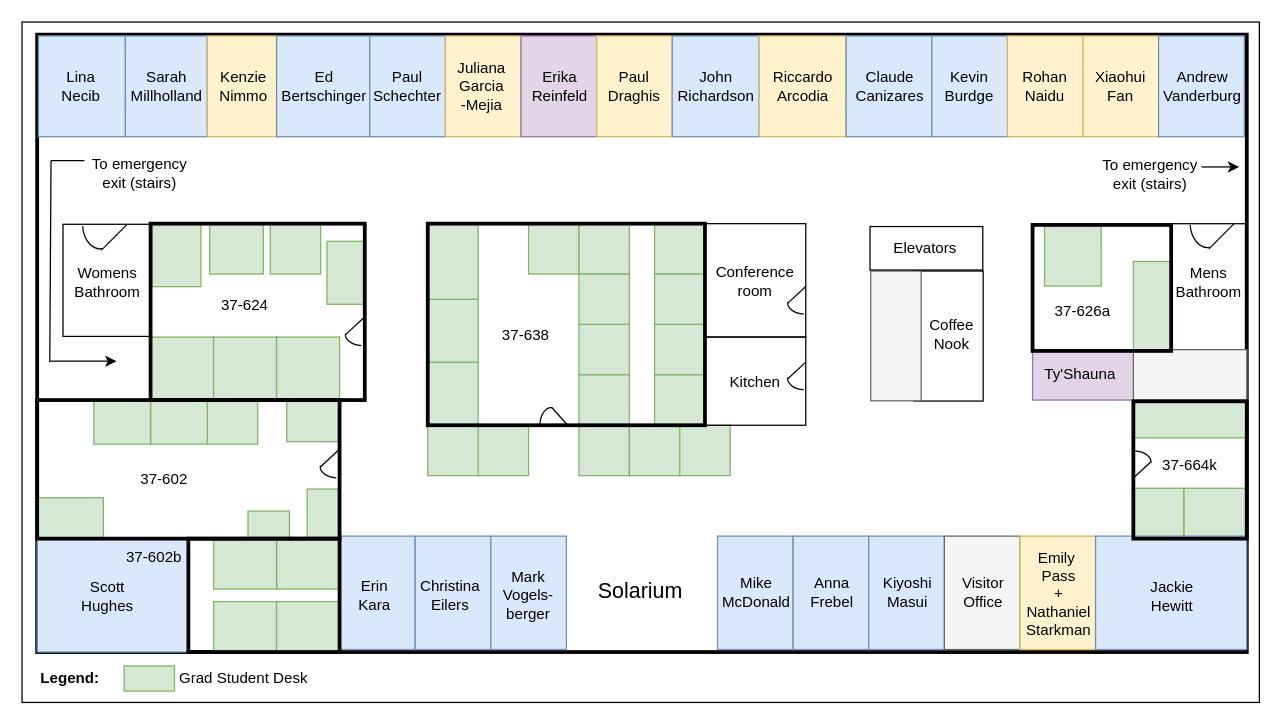
Earlier version of the draw.io diagram McNair_6thfloor_layout.drawio (CianMRoche/DeskCzar). Source tidied: cells renumbered, new cells numbered last; positions are measured from the earlier drawing's top-left corner, leaving out a move shared by most shapes. Both pictures are drawn from the tidied source at 126%, with x=0, y=0 at pixel (21, 21).
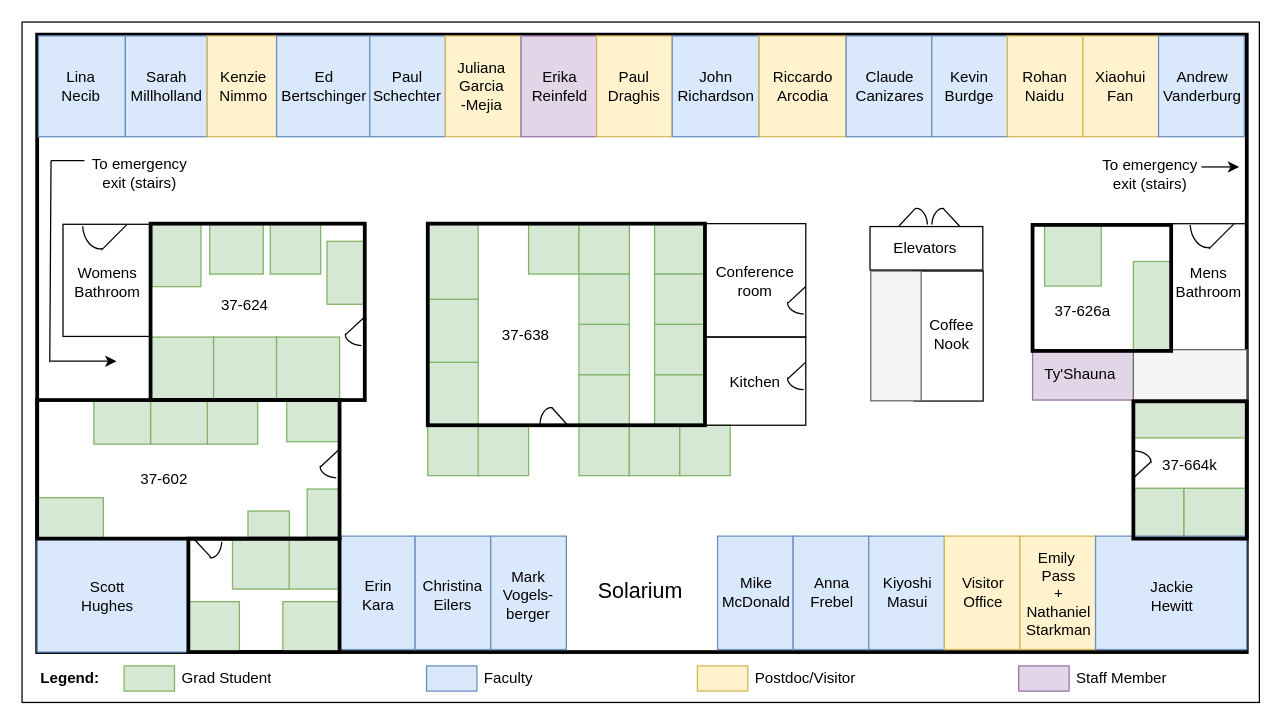
After the change.

The edit, as a diff of the source:
```diff
@@
     <mxCell id="33" style="rounded=0;whiteSpace=wrap;html=1;rotation=90;fillColor=#d5e8d4;strokeColor=#82b366;" parent="1" vertex="1">
-      <mxGeometry x="207" y="405" width="40" height="50" as="geometry" />
+      <mxGeometry x="209.5" y="407.5" width="40" height="45" as="geometry" />
     </mxCell>
     <mxCell id="34" style="rounded=0;whiteSpace=wrap;html=1;fillColor=#d5e8d4;rotation=90;strokeColor=#82b366;" parent="1" vertex="1">
-      <mxGeometry x="157" y="405" width="40" height="50" as="geometry" />
+      <mxGeometry x="169.5" y="407.5" width="40" height="45" as="geometry" />
     </mxCell>
-    <mxCell id="35" style="rounded=0;whiteSpace=wrap;html=1;rotation=90;fillColor=#d5e8d4;strokeColor=#82b366;" parent="1" vertex="1">
-      <mxGeometry x="157" y="455" width="40" height="50" as="geometry" />
-    </mxCell>
     <mxCell id="36" style="rounded=0;whiteSpace=wrap;html=1;rotation=90;fillColor=#d5e8d4;strokeColor=#82b366;" parent="1" vertex="1">
-      <mxGeometry x="207" y="455" width="40" height="50" as="geometry" />
+      <mxGeometry x="209.5" y="457.5" width="40" height="45" as="geometry" />
     </mxCell>
@@
-    <mxCell id="48" value="37-602b" style="text;html=1;strokeColor=none;fillColor=none;align=center;verticalAlign=middle;whiteSpace=wrap;rounded=0;" parent="1" vertex="1">
-      <mxGeometry x="75" y="410" width="60" height="30" as="geometry" />
-    </mxCell>
@@
     <mxCell id="69" value="Erin&lt;div&gt;Kara&lt;/div&gt;" style="text;html=1;strokeColor=none;fillColor=none;align=center;verticalAlign=middle;whiteSpace=wrap;rounded=0;" parent="1" vertex="1">
-      <mxGeometry x="245" y="427.5" width="70" height="55" as="geometry" />
+      <mxGeometry x="248" y="427.5" width="70" height="55" as="geometry" />
     </mxCell>
@@
-    <mxCell id="84" style="rounded=0;whiteSpace=wrap;html=1;strokeWidth=3;fillColor=none;" parent="1" vertex="1">
-      <mxGeometry x="132" y="410" width="120" height="90" as="geometry" />
-    </mxCell>
@@
     <mxCell id="86" value="Christina&lt;div&gt;Eilers&lt;/div&gt;" style="text;html=1;strokeColor=none;fillColor=none;align=center;verticalAlign=middle;whiteSpace=wrap;rounded=0;" parent="1" vertex="1">
-      <mxGeometry x="305" y="427.5" width="70" height="55" as="geometry" />
+      <mxGeometry x="307" y="427.5" width="70" height="55" as="geometry" />
     </mxCell>
@@
-    <mxCell id="99" style="rounded=0;whiteSpace=wrap;html=1;fillColor=#f5f5f5;strokeColor=#666666;fontColor=#333333;" parent="1" vertex="1">
+    <mxCell id="99" style="rounded=0;whiteSpace=wrap;html=1;fillColor=#fff2cc;strokeColor=#d6b656;" parent="1" vertex="1">
       <mxGeometry x="732" y="408" width="60" height="90" as="geometry" />
     </mxCell>
@@
-    <mxCell id="155" value="&lt;h1&gt;&lt;span style=&quot;background-color: initial; font-size: 12px; font-weight: normal;&quot;&gt;Grad Student Desk&lt;/span&gt;&lt;/h1&gt;" style="text;html=1;spacing=5;spacingTop=-20;whiteSpace=wrap;overflow=hidden;rounded=0;" parent="1" vertex="1">
-      <mxGeometry x="119.5" y="497" width="122.5" height="39" as="geometry" />
+    <mxCell id="155" value="&lt;h1&gt;&lt;span style=&quot;background-color: initial; font-size: 12px; font-weight: normal;&quot;&gt;Grad Student&lt;/span&gt;&lt;/h1&gt;" style="text;html=1;spacing=5;spacingTop=-20;whiteSpace=wrap;overflow=hidden;rounded=0;" parent="1" vertex="1">
+      <mxGeometry x="121.5" y="497" width="122.5" height="39" as="geometry" />
     </mxCell>
+    <mxCell id="35" style="rounded=0;whiteSpace=wrap;html=1;rotation=90;fillColor=#d5e8d4;strokeColor=#82b366;" parent="1" vertex="1">
+      <mxGeometry x="132" y="460" width="40.5" height="40.5" as="geometry" />
+    </mxCell>
+    <mxCell id="84" style="rounded=0;whiteSpace=wrap;html=1;strokeWidth=3;fillColor=none;" parent="1" vertex="1">
+      <mxGeometry x="132" y="410" width="120" height="90" as="geometry" />
+    </mxCell>
+    <mxCell id="156" style="group;rotation=-180;" parent="1" vertex="1">
+      <mxGeometry x="137" y="396.9" width="22" height="28.4" as="geometry" />
+    </mxCell>
+    <mxCell id="157" style="endArrow=none;html=1;rounded=0;" parent="156" edge="1">
+      <mxGeometry relative="1" as="geometry">
+        <mxPoint x="13" y="28" as="sourcePoint" />
+        <mxPoint y="14" as="targetPoint" />
+      </mxGeometry>
+    </mxCell>
+    <mxCell id="158" style="verticalLabelPosition=bottom;verticalAlign=top;html=1;shape=mxgraph.basic.arc;startAngle=0.4825630597511179;endAngle=0.7337332955960307;flipV=1;rotation=-180;" parent="156" vertex="1">
+      <mxGeometry x="4" width="17.6" height="28.3" as="geometry" />
+    </mxCell>
+    <mxCell id="159" style="rounded=0;whiteSpace=wrap;html=1;fillColor=#dae8fc;strokeColor=#6c8ebf;" parent="1" vertex="1">
+      <mxGeometry x="321" y="511" width="40" height="20" as="geometry" />
+    </mxCell>
+    <mxCell id="160" value="&lt;h1&gt;&lt;span style=&quot;background-color: initial; font-size: 12px; font-weight: normal;&quot;&gt;Faculty&lt;/span&gt;&lt;/h1&gt;" style="text;html=1;spacing=5;spacingTop=-20;whiteSpace=wrap;overflow=hidden;rounded=0;" parent="1" vertex="1">
+      <mxGeometry x="361.5" y="497" width="122.5" height="39" as="geometry" />
+    </mxCell>
+    <mxCell id="161" style="rounded=0;whiteSpace=wrap;html=1;fillColor=#fff2cc;strokeColor=#d6b656;" parent="1" vertex="1">
+      <mxGeometry x="536" y="511" width="40" height="20" as="geometry" />
+    </mxCell>
+    <mxCell id="162" value="&lt;h1&gt;&lt;span style=&quot;background-color: initial; font-size: 12px; font-weight: normal;&quot;&gt;Postdoc/Visitor&lt;/span&gt;&lt;/h1&gt;" style="text;html=1;spacing=5;spacingTop=-20;whiteSpace=wrap;overflow=hidden;rounded=0;" parent="1" vertex="1">
+      <mxGeometry x="576.5" y="497" width="122.5" height="39" as="geometry" />
+    </mxCell>
+    <mxCell id="163" style="rounded=0;whiteSpace=wrap;html=1;fillColor=#e1d5e7;strokeColor=#9673a6;" parent="1" vertex="1">
+      <mxGeometry x="791" y="511" width="40" height="20" as="geometry" />
+    </mxCell>
+    <mxCell id="164" value="&lt;h1&gt;&lt;span style=&quot;background-color: initial; font-size: 12px; font-weight: normal;&quot;&gt;Staff Member&lt;/span&gt;&lt;/h1&gt;" style="text;html=1;spacing=5;spacingTop=-20;whiteSpace=wrap;overflow=hidden;rounded=0;" parent="1" vertex="1">
+      <mxGeometry x="831.5" y="497" width="122.5" height="39" as="geometry" />
+    </mxCell>
+    <mxCell id="165" style="group;rotation=0;" parent="1" vertex="1">
+      <mxGeometry x="722" y="147.9" width="22" height="28.4" as="geometry" />
+    </mxCell>
+    <mxCell id="166" style="endArrow=none;html=1;rounded=0;" parent="165" edge="1">
+      <mxGeometry relative="1" as="geometry">
+        <mxPoint x="9" as="sourcePoint" />
+        <mxPoint x="22" y="14" as="targetPoint" />
+      </mxGeometry>
+    </mxCell>
+    <mxCell id="167" style="verticalLabelPosition=bottom;verticalAlign=top;html=1;shape=mxgraph.basic.arc;startAngle=0.4825630597511179;endAngle=0.7337332955960307;flipV=1;rotation=0;" parent="165" vertex="1">
+      <mxGeometry width="17.6" height="28.3" as="geometry" />
+    </mxCell>
+    <mxCell id="168" style="group;rotation=0;" parent="1" vertex="1">
+      <mxGeometry x="697" y="147.9" width="22" height="28.4" as="geometry" />
+    </mxCell>
+    <mxCell id="169" style="endArrow=none;html=1;rounded=0;" parent="168" edge="1">
+      <mxGeometry relative="1" as="geometry">
+        <mxPoint x="12" as="sourcePoint" />
+        <mxPoint x="-1" y="14" as="targetPoint" />
+      </mxGeometry>
+    </mxCell>
+    <mxCell id="170" style="verticalLabelPosition=bottom;verticalAlign=top;html=1;shape=mxgraph.basic.arc;startAngle=0.4825630597511179;endAngle=0.7337332955960307;flipV=1;rotation=0;flipH=1;" parent="168" vertex="1">
+      <mxGeometry x="4" width="17.6" height="28.3" as="geometry" />
+    </mxCell>
```
